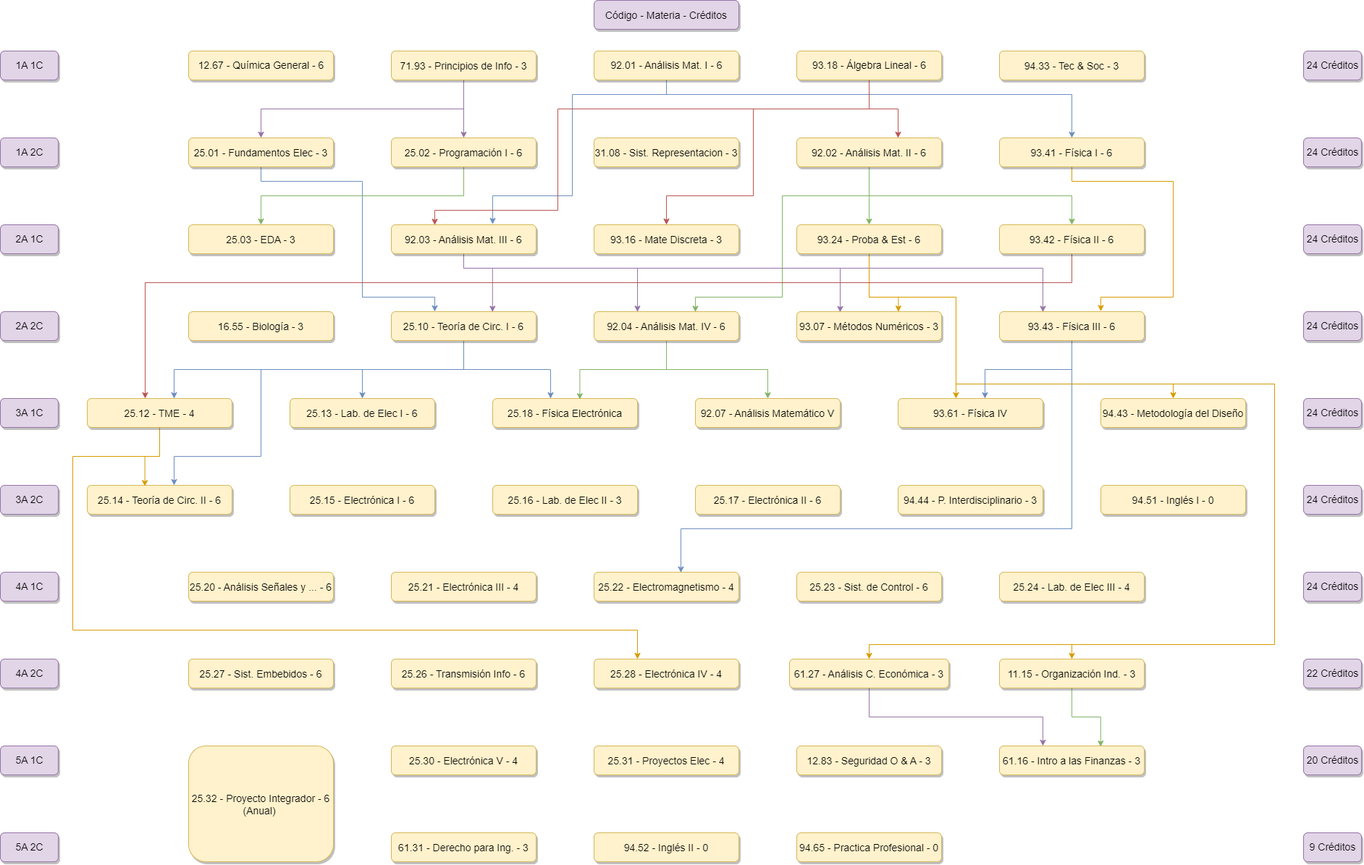
The draw.io diagram K22.drawio.png in juanipla/K22, before a commit. Source tidied: cells renumbered, new cells last; positions are measured from the earlier drawing's top-left corner, leaving out a move shared by most shapes.
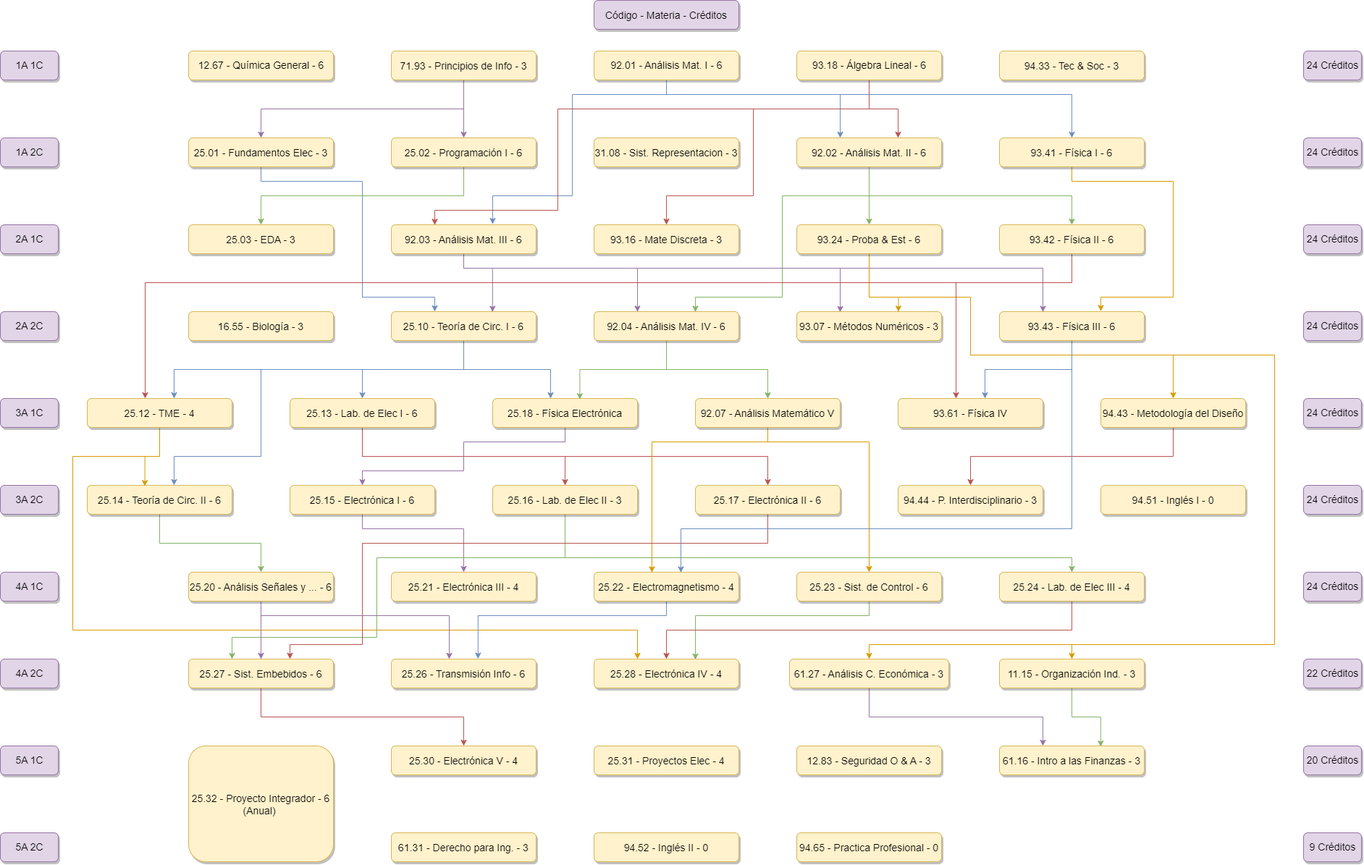
The same file after the commit.

What changed in the source:
```diff
@@ -40,6 +40,14 @@
         </Array>
       </mxGeometry>
     </mxCell>
+    <mxCell id="108" style="edgeStyle=orthogonalEdgeStyle;rounded=0;jumpStyle=none;jettySize=auto;html=1;fillColor=#dae8fc;strokeColor=#6c8ebf;" parent="1" edge="1" source="9" target="23">
+      <mxGeometry relative="1" as="geometry">
+        <Array as="points">
+          <mxPoint x="920" y="130" />
+          <mxPoint x="1160" y="130" />
+        </Array>
+      </mxGeometry>
+    </mxCell>
     <mxCell id="9" value="92.01 - Análisis Mat. I - 6" style="rounded=1;fillColor=#fff2cc;strokeColor=#d6b656;shadow=1;fontStyle=0;fontSize=14;fontColor=default;labelBorderColor=none;labelBackgroundColor=none;html=1;verticalAlign=middle;" parent="1" vertex="1">
       <mxGeometry x="820" y="70" width="200" height="40" as="geometry" />
     </mxCell>
@@ -194,21 +202,13 @@
         </Array>
       </mxGeometry>
     </mxCell>
-    <mxCell id="34" style="edgeStyle=orthogonalEdgeStyle;rounded=0;jumpStyle=none;jettySize=auto;html=1;fillColor=#ffe6cc;strokeColor=#d79b00;" parent="1" edge="1" source="38" target="57">
-      <mxGeometry relative="1" as="geometry">
-        <Array as="points">
-          <mxPoint x="1200" y="410" />
-          <mxPoint x="1320" y="410" />
-        </Array>
-      </mxGeometry>
-    </mxCell>
     <mxCell id="35" style="edgeStyle=orthogonalEdgeStyle;rounded=0;jumpStyle=none;jettySize=auto;html=1;fillColor=#ffe6cc;strokeColor=#d79b00;" parent="1" edge="1" source="38" target="58">
       <mxGeometry relative="1" as="geometry">
         <Array as="points">
           <mxPoint x="1200" y="410" />
-          <mxPoint x="1320" y="410" />
-          <mxPoint x="1320" y="530" />
-          <mxPoint x="1620" y="530" />
+          <mxPoint x="1340" y="410" />
+          <mxPoint x="1340" y="490" />
+          <mxPoint x="1620" y="490" />
         </Array>
       </mxGeometry>
     </mxCell>
@@ -216,9 +216,9 @@
       <mxGeometry relative="1" as="geometry">
         <Array as="points">
           <mxPoint x="1200" y="410" />
-          <mxPoint x="1320" y="410" />
-          <mxPoint x="1320" y="530" />
-          <mxPoint x="1760" y="530" />
+          <mxPoint x="1340" y="410" />
+          <mxPoint x="1340" y="490" />
+          <mxPoint x="1760" y="490" />
           <mxPoint x="1760" y="890" />
           <mxPoint x="1480" y="890" />
         </Array>
@@ -228,9 +228,9 @@
       <mxGeometry relative="1" as="geometry">
         <Array as="points">
           <mxPoint x="1200" y="410" />
-          <mxPoint x="1320" y="410" />
-          <mxPoint x="1320" y="530" />
-          <mxPoint x="1760" y="530" />
+          <mxPoint x="1340" y="410" />
+          <mxPoint x="1340" y="490" />
+          <mxPoint x="1760" y="490" />
           <mxPoint x="1760" y="890" />
           <mxPoint x="1200" y="890" />
         </Array>
@@ -248,6 +248,14 @@
         </Array>
       </mxGeometry>
     </mxCell>
+    <mxCell id="109" style="edgeStyle=orthogonalEdgeStyle;rounded=0;jumpStyle=none;jettySize=auto;html=1;fillColor=#f8cecc;strokeColor=#b85450;" parent="1" edge="1" source="40" target="57">
+      <mxGeometry relative="1" as="geometry">
+        <Array as="points">
+          <mxPoint x="1480" y="390" />
+          <mxPoint x="1320" y="390" />
+        </Array>
+      </mxGeometry>
+    </mxCell>
     <mxCell id="40" value="93.42 - Física II - 6" style="rounded=1;fillColor=#fff2cc;strokeColor=#d6b656;shadow=1;fontStyle=0;fontSize=14;fontColor=default;labelBorderColor=none;labelBackgroundColor=none;verticalAlign=middle;" parent="1" vertex="1">
       <mxGeometry x="1380" y="310" width="200" height="40" as="geometry" />
     </mxCell>
@@ -297,30 +305,121 @@
     <mxCell id="53" value="25.12 - TME - 4" style="rounded=1;fillColor=#fff2cc;strokeColor=#d6b656;shadow=1;fontStyle=0;fontSize=14;fontColor=default;labelBorderColor=none;labelBackgroundColor=none;" parent="1" vertex="1">
       <mxGeometry x="120" y="550" width="200" height="40" as="geometry" />
     </mxCell>
+    <mxCell id="110" style="edgeStyle=orthogonalEdgeStyle;rounded=0;jumpStyle=none;jettySize=auto;html=1;entryX=0.5;entryY=0;entryDx=0;entryDy=0;fillColor=#f8cecc;strokeColor=#b85450;" parent="1" edge="1" source="54" target="61">
+      <mxGeometry relative="1" as="geometry">
+        <Array as="points">
+          <mxPoint x="500" y="630" />
+          <mxPoint x="780" y="630" />
+        </Array>
+      </mxGeometry>
+    </mxCell>
+    <mxCell id="111" style="edgeStyle=orthogonalEdgeStyle;rounded=0;jumpStyle=none;jettySize=auto;html=1;entryX=0.5;entryY=0;entryDx=0;entryDy=0;fillColor=#f8cecc;strokeColor=#b85450;" parent="1" edge="1" source="54" target="62">
+      <mxGeometry relative="1" as="geometry">
+        <Array as="points">
+          <mxPoint x="500" y="630" />
+          <mxPoint x="1060" y="630" />
+        </Array>
+      </mxGeometry>
+    </mxCell>
     <mxCell id="54" value="25.13 - Lab. de Elec I - 6" style="rounded=1;fillColor=#fff2cc;strokeColor=#d6b656;shadow=1;fontStyle=0;fontSize=14;fontColor=default;labelBorderColor=none;labelBackgroundColor=none;" parent="1" vertex="1">
       <mxGeometry x="400" y="550" width="200" height="40" as="geometry" />
     </mxCell>
+    <mxCell id="112" style="edgeStyle=orthogonalEdgeStyle;rounded=0;jumpStyle=none;jettySize=auto;html=1;fillColor=#e1d5e7;strokeColor=#9673a6;" parent="1" edge="1" source="55" target="60">
+      <mxGeometry relative="1" as="geometry">
+        <Array as="points">
+          <mxPoint x="780" y="610" />
+          <mxPoint x="640" y="610" />
+          <mxPoint x="640" y="650" />
+          <mxPoint x="500" y="650" />
+        </Array>
+      </mxGeometry>
+    </mxCell>
     <mxCell id="55" value="25.18 - Física Electrónica" style="rounded=1;fillColor=#fff2cc;strokeColor=#d6b656;shadow=1;fontStyle=0;fontSize=14;fontColor=default;labelBorderColor=none;labelBackgroundColor=none;verticalAlign=middle;" parent="1" vertex="1">
       <mxGeometry x="680" y="550" width="200" height="40" as="geometry" />
     </mxCell>
+    <mxCell id="113" style="edgeStyle=orthogonalEdgeStyle;rounded=0;jumpStyle=none;jettySize=auto;html=1;entryX=0.5;entryY=0;entryDx=0;entryDy=0;fillColor=#ffe6cc;strokeColor=#d79b00;" parent="1" edge="1" source="56" target="81">
+      <mxGeometry relative="1" as="geometry">
+        <Array as="points">
+          <mxPoint x="1060" y="610" />
+          <mxPoint x="1200" y="610" />
+        </Array>
+      </mxGeometry>
+    </mxCell>
+    <mxCell id="114" style="edgeStyle=orthogonalEdgeStyle;rounded=0;jumpStyle=none;jettySize=auto;html=1;entryX=0.402;entryY=0.01;entryDx=0;entryDy=0;entryPerimeter=0;fillColor=#ffe6cc;strokeColor=#d79b00;" parent="1" edge="1" source="56" target="80">
+      <mxGeometry relative="1" as="geometry">
+        <Array as="points">
+          <mxPoint x="1060" y="610" />
+          <mxPoint x="900" y="610" />
+          <mxPoint x="900" y="790" />
+        </Array>
+      </mxGeometry>
+    </mxCell>
     <mxCell id="56" value="92.07 - Análisis Matemático V" style="rounded=1;fillColor=#fff2cc;strokeColor=#d6b656;shadow=1;fontStyle=0;fontSize=14;fontColor=default;labelBorderColor=none;labelBackgroundColor=none;verticalAlign=middle;" parent="1" vertex="1">
       <mxGeometry x="960" y="550" width="200" height="40" as="geometry" />
     </mxCell>
     <mxCell id="57" value="93.61 - Física IV" style="rounded=1;fillColor=#fff2cc;strokeColor=#d6b656;shadow=1;fontStyle=0;fontSize=14;fontColor=default;labelBorderColor=none;labelBackgroundColor=none;verticalAlign=middle;" parent="1" vertex="1">
       <mxGeometry x="1240" y="550" width="200" height="40" as="geometry" />
     </mxCell>
+    <mxCell id="115" style="edgeStyle=orthogonalEdgeStyle;rounded=0;jumpStyle=none;jettySize=auto;html=1;fillColor=#f8cecc;strokeColor=#b85450;" parent="1" edge="1" source="58" target="63">
+      <mxGeometry relative="1" as="geometry">
+        <Array as="points">
+          <mxPoint x="1620" y="630" />
+          <mxPoint x="1340" y="630" />
+        </Array>
+      </mxGeometry>
+    </mxCell>
     <mxCell id="58" value="94.43 - Metodología del Diseño" style="rounded=1;fillColor=#fff2cc;strokeColor=#d6b656;shadow=1;fontStyle=0;fontSize=14;fontColor=default;labelBorderColor=none;labelBackgroundColor=none;verticalAlign=middle;" parent="1" vertex="1">
       <mxGeometry x="1520" y="550" width="200" height="40" as="geometry" />
     </mxCell>
+    <mxCell id="116" style="edgeStyle=orthogonalEdgeStyle;rounded=0;jumpStyle=none;jettySize=auto;html=1;entryX=0.5;entryY=0;entryDx=0;entryDy=0;fillColor=#d5e8d4;strokeColor=#82b366;" parent="1" edge="1" source="59" target="78">
+      <mxGeometry relative="1" as="geometry" />
+    </mxCell>
     <mxCell id="59" value="25.14 - Teoría de Circ. II - 6" style="rounded=1;fillColor=#fff2cc;strokeColor=#d6b656;shadow=1;fontStyle=0;fontSize=14;fontColor=default;labelBorderColor=none;labelBackgroundColor=none;" parent="1" vertex="1">
       <mxGeometry x="120" y="670" width="200" height="40" as="geometry" />
     </mxCell>
+    <mxCell id="117" style="edgeStyle=orthogonalEdgeStyle;rounded=0;jumpStyle=none;jettySize=auto;html=1;entryX=0.5;entryY=0;entryDx=0;entryDy=0;fillColor=#e1d5e7;strokeColor=#9673a6;" parent="1" edge="1" source="60" target="79">
+      <mxGeometry relative="1" as="geometry">
+        <Array as="points">
+          <mxPoint x="500" y="730" />
+          <mxPoint x="640" y="730" />
+        </Array>
+      </mxGeometry>
+    </mxCell>
     <mxCell id="60" value="25.15 - Electrónica I - 6" style="rounded=1;fillColor=#fff2cc;strokeColor=#d6b656;shadow=1;fontStyle=0;fontSize=14;fontColor=default;labelBorderColor=none;labelBackgroundColor=none;" parent="1" vertex="1">
       <mxGeometry x="400" y="670" width="200" height="40" as="geometry" />
     </mxCell>
+    <mxCell id="118" style="edgeStyle=orthogonalEdgeStyle;rounded=0;jumpStyle=none;jettySize=auto;html=1;fillColor=#d5e8d4;strokeColor=#82b366;" parent="1" edge="1" source="61" target="82">
+      <mxGeometry relative="1" as="geometry">
+        <Array as="points">
+          <mxPoint x="780" y="770" />
+          <mxPoint x="1480" y="770" />
+        </Array>
+      </mxGeometry>
+    </mxCell>
+    <mxCell id="119" style="edgeStyle=orthogonalEdgeStyle;rounded=0;jumpStyle=none;jettySize=auto;html=1;fillColor=#d5e8d4;strokeColor=#82b366;" parent="1" edge="1" source="61" target="83">
+      <mxGeometry relative="1" as="geometry">
+        <Array as="points">
+          <mxPoint x="780" y="770" />
+          <mxPoint x="520" y="770" />
+          <mxPoint x="520" y="880" />
+          <mxPoint x="320" y="880" />
+        </Array>
+      </mxGeometry>
+    </mxCell>
     <mxCell id="61" value="25.16 - Lab. de Elec II - 3" style="rounded=1;fillColor=#fff2cc;strokeColor=#d6b656;shadow=1;fontStyle=0;fontSize=14;fontColor=default;labelBorderColor=none;labelBackgroundColor=none;verticalAlign=middle;" parent="1" vertex="1">
       <mxGeometry x="680" y="670" width="200" height="40" as="geometry" />
     </mxCell>
+    <mxCell id="120" style="edgeStyle=orthogonalEdgeStyle;rounded=0;jumpStyle=none;jettySize=auto;html=1;entryX=0.702;entryY=-0.003;entryDx=0;entryDy=0;entryPerimeter=0;fillColor=#f8cecc;strokeColor=#b85450;" parent="1" edge="1" source="62" target="83">
+      <mxGeometry relative="1" as="geometry">
+        <Array as="points">
+          <mxPoint x="1060" y="750" />
+          <mxPoint x="500" y="750" />
+          <mxPoint x="500" y="890" />
+          <mxPoint x="400" y="890" />
+          <mxPoint x="400" y="910" />
+        </Array>
+      </mxGeometry>
+    </mxCell>
     <mxCell id="62" value="25.17 - Electrónica II - 6" style="rounded=1;fillColor=#fff2cc;strokeColor=#d6b656;shadow=1;fontStyle=0;fontSize=14;fontColor=default;labelBorderColor=none;labelBackgroundColor=none;verticalAlign=middle;" parent="1" vertex="1">
       <mxGeometry x="960" y="670" width="200" height="40" as="geometry" />
     </mxCell>
@@ -388,7 +487,6 @@
         <Array as="points">
           <mxPoint x="1480" y="510" />
           <mxPoint x="1360" y="510" />
-          <mxPoint x="1360" y="550" />
         </Array>
       </mxGeometry>
     </mxCell>
@@ -404,21 +502,65 @@
     <mxCell id="77" value="93.43 - Física III - 6" style="rounded=1;fillColor=#fff2cc;strokeColor=#d6b656;shadow=1;fontStyle=0;fontSize=14;fontColor=default;labelBorderColor=none;labelBackgroundColor=none;verticalAlign=middle;" parent="1" vertex="1">
       <mxGeometry x="1380" y="430" width="200" height="40" as="geometry" />
     </mxCell>
+    <mxCell id="121" style="edgeStyle=orthogonalEdgeStyle;rounded=0;jumpStyle=none;jettySize=auto;html=1;entryX=0.5;entryY=0;entryDx=0;entryDy=0;fillColor=#e1d5e7;strokeColor=#9673a6;" parent="1" edge="1" source="78" target="83">
+      <mxGeometry relative="1" as="geometry" />
+    </mxCell>
+    <mxCell id="122" style="edgeStyle=orthogonalEdgeStyle;rounded=0;jumpStyle=none;jettySize=auto;html=1;fillColor=#e1d5e7;strokeColor=#9673a6;" parent="1" edge="1" source="78" target="84">
+      <mxGeometry relative="1" as="geometry">
+        <Array as="points">
+          <mxPoint x="360" y="850" />
+          <mxPoint x="620" y="850" />
+        </Array>
+      </mxGeometry>
+    </mxCell>
     <mxCell id="78" value="25.20 - Análisis Señales y ... - 6" style="rounded=1;fillColor=#fff2cc;strokeColor=#d6b656;shadow=1;fontStyle=0;fontSize=14;fontColor=default;labelBorderColor=none;labelBackgroundColor=none;" parent="1" vertex="1">
       <mxGeometry x="260" y="790" width="200" height="40" as="geometry" />
     </mxCell>
     <mxCell id="79" value="25.21 - Electrónica III - 4" style="rounded=1;fillColor=#fff2cc;strokeColor=#d6b656;shadow=1;fontStyle=0;fontSize=14;fontColor=default;labelBorderColor=none;labelBackgroundColor=none;" parent="1" vertex="1">
       <mxGeometry x="540" y="790" width="200" height="40" as="geometry" />
     </mxCell>
+    <mxCell id="123" style="edgeStyle=orthogonalEdgeStyle;rounded=0;jumpStyle=none;jettySize=auto;html=1;entryX=0.599;entryY=-0.01;entryDx=0;entryDy=0;entryPerimeter=0;fillColor=#dae8fc;strokeColor=#6c8ebf;" parent="1" edge="1" source="80" target="84">
+      <mxGeometry relative="1" as="geometry">
+        <Array as="points">
+          <mxPoint x="920" y="850" />
+          <mxPoint x="660" y="850" />
+        </Array>
+      </mxGeometry>
+    </mxCell>
     <mxCell id="80" value="25.22 - Electromagnetismo - 4" style="rounded=1;fillColor=#fff2cc;strokeColor=#d6b656;shadow=1;fontStyle=0;fontSize=14;fontColor=default;labelBorderColor=none;labelBackgroundColor=none;verticalAlign=middle;" parent="1" vertex="1">
       <mxGeometry x="820" y="790" width="200" height="40" as="geometry" />
     </mxCell>
+    <mxCell id="124" style="edgeStyle=orthogonalEdgeStyle;rounded=0;jumpStyle=none;jettySize=auto;html=1;entryX=0.703;entryY=0.02;entryDx=0;entryDy=0;entryPerimeter=0;fillColor=#d5e8d4;strokeColor=#82b366;" parent="1" edge="1" source="81" target="85">
+      <mxGeometry relative="1" as="geometry">
+        <Array as="points">
+          <mxPoint x="1200" y="850" />
+          <mxPoint x="960" y="850" />
+          <mxPoint x="960" y="911" />
+        </Array>
+      </mxGeometry>
+    </mxCell>
     <mxCell id="81" value="25.23 - Sist. de Control - 6" style="rounded=1;fillColor=#fff2cc;strokeColor=#d6b656;shadow=1;fontStyle=0;fontSize=14;fontColor=default;labelBorderColor=none;labelBackgroundColor=none;verticalAlign=middle;" parent="1" vertex="1">
       <mxGeometry x="1100" y="790" width="200" height="40" as="geometry" />
     </mxCell>
+    <mxCell id="125" style="edgeStyle=orthogonalEdgeStyle;rounded=0;jumpStyle=none;jettySize=auto;html=1;entryX=0.5;entryY=0;entryDx=0;entryDy=0;fillColor=#f8cecc;strokeColor=#b85450;" parent="1" edge="1" source="82" target="85">
+      <mxGeometry relative="1" as="geometry">
+        <Array as="points">
+          <mxPoint x="1480" y="870" />
+          <mxPoint x="920" y="870" />
+        </Array>
+      </mxGeometry>
+    </mxCell>
     <mxCell id="82" value="25.24 - Lab. de Elec III - 4" style="rounded=1;fillColor=#fff2cc;strokeColor=#d6b656;shadow=1;fontStyle=0;fontSize=14;fontColor=default;labelBorderColor=none;labelBackgroundColor=none;verticalAlign=middle;" parent="1" vertex="1">
       <mxGeometry x="1380" y="790" width="200" height="40" as="geometry" />
     </mxCell>
+    <mxCell id="126" style="edgeStyle=orthogonalEdgeStyle;rounded=0;jumpStyle=none;jettySize=auto;html=1;entryX=0.5;entryY=0;entryDx=0;entryDy=0;fillColor=#f8cecc;strokeColor=#b85450;" parent="1" edge="1" source="83" target="91">
+      <mxGeometry relative="1" as="geometry">
+        <Array as="points">
+          <mxPoint x="360" y="990" />
+          <mxPoint x="640" y="990" />
+        </Array>
+      </mxGeometry>
+    </mxCell>
     <mxCell id="83" value="25.27 - Sist. Embebidos - 6" style="rounded=1;fillColor=#fff2cc;strokeColor=#d6b656;shadow=1;fontStyle=0;fontSize=14;fontColor=default;labelBorderColor=none;labelBackgroundColor=none;" parent="1" vertex="1">
       <mxGeometry x="260" y="910" width="200" height="40" as="geometry" />
     </mxCell>
```
